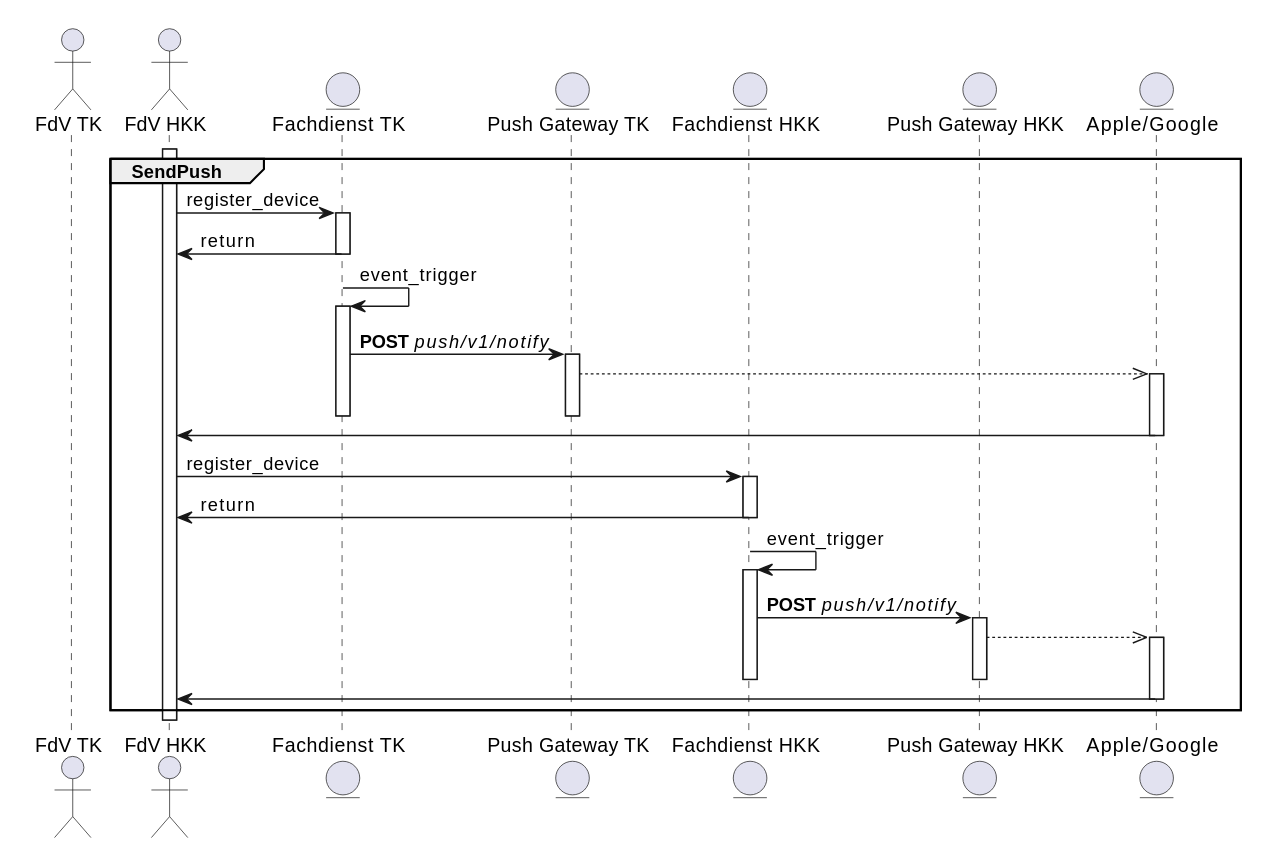
gematik/gem-push-notifications-concept keeps this PlantUML diagram as images/diagrams/send_push_multiple_backends.svg. Above is the earlier version. Its diagram source:
```plantuml
@startuml
!theme gematik from ../puml

actor "FdV TK" as App
actor "FdV HKK" as App2
entity "Fachdienst TK" as Fachdienst
entity "Push Gateway TK" as NotificationService
entity "Fachdienst HKK" as Fachdienst2
entity "Push Gateway HKK" as NotificationService2
entity "Apple/Google" as NotificationProvider

group SendPush
    activate App2

    App2 -> Fachdienst : register_device
    activate Fachdienst
    Fachdienst -> App2 : return
    deactivate Fachdienst

    Fachdienst -> Fachdienst : event_trigger
    activate Fachdienst
    Fachdienst -> NotificationService : **POST** //push/v1/notify//
    activate NotificationService
    NotificationService -->> NotificationProvider
    activate NotificationProvider
    deactivate NotificationService
    deactivate Fachdienst
    NotificationProvider -> App2
    deactivate NotificationProvider

    App2 -> Fachdienst2 : register_device
    activate Fachdienst2
    Fachdienst2 -> App2 : return
    deactivate Fachdienst2

    Fachdienst2 -> Fachdienst2 : event_trigger
    activate Fachdienst2
    Fachdienst2 -> NotificationService2 : **POST** //push/v1/notify//
    activate NotificationService2
    NotificationService2 -->> NotificationProvider
    activate NotificationProvider
    deactivate NotificationService2
    deactivate Fachdienst2
    NotificationProvider -> App2
    deactivate NotificationProvider


end
deactivate App2
@enduml
```
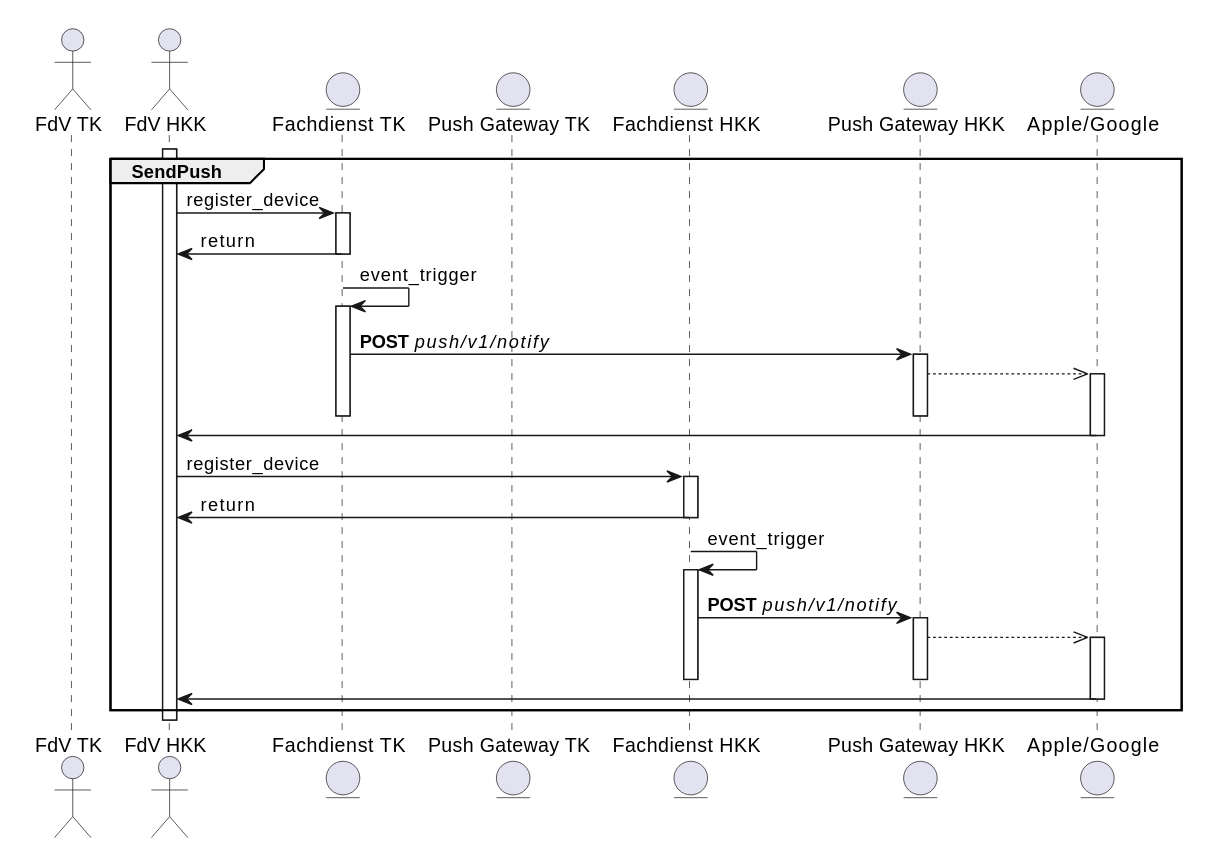
After the commit.

Change to the diagram source:
```diff
@@ -19,11 +19,11 @@
 
     Fachdienst -> Fachdienst : event_trigger
     activate Fachdienst
-    Fachdienst -> NotificationService : **POST** //push/v1/notify//
-    activate NotificationService
-    NotificationService -->> NotificationProvider
+    Fachdienst -> NotificationService2 : **POST** //push/v1/notify//
+    activate NotificationService2
+    NotificationService2 -->> NotificationProvider
     activate NotificationProvider
-    deactivate NotificationService
+    deactivate NotificationService2
     deactivate Fachdienst
     NotificationProvider -> App2
     deactivate NotificationProvider
```
